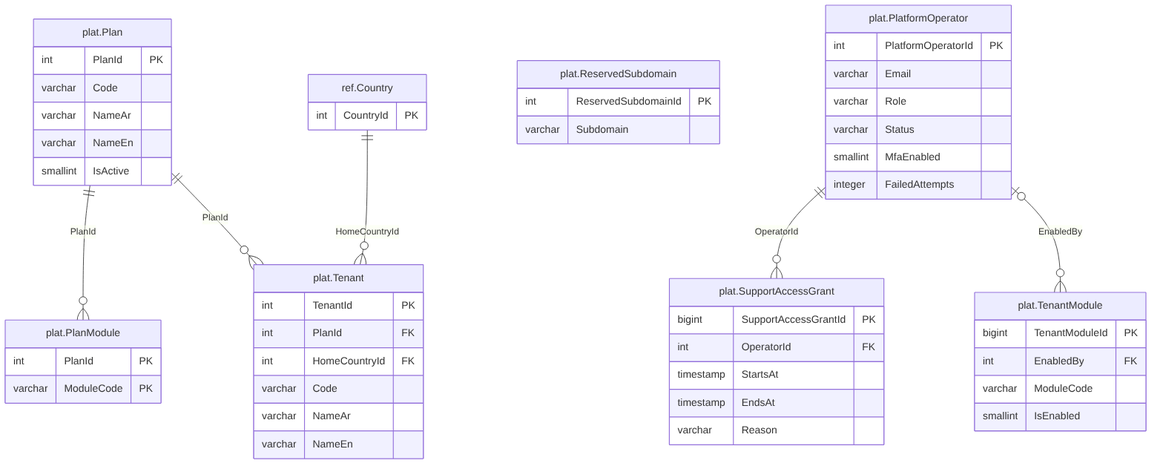
This is treasury-platform/docs/diagrams/erd/m0_tenancy.png from thawrasy/smartlines, a Mermaid export, as it was before one commit. Its source is kept beside it as treasury-platform/docs/diagrams/erd/m0_tenancy.mmd.
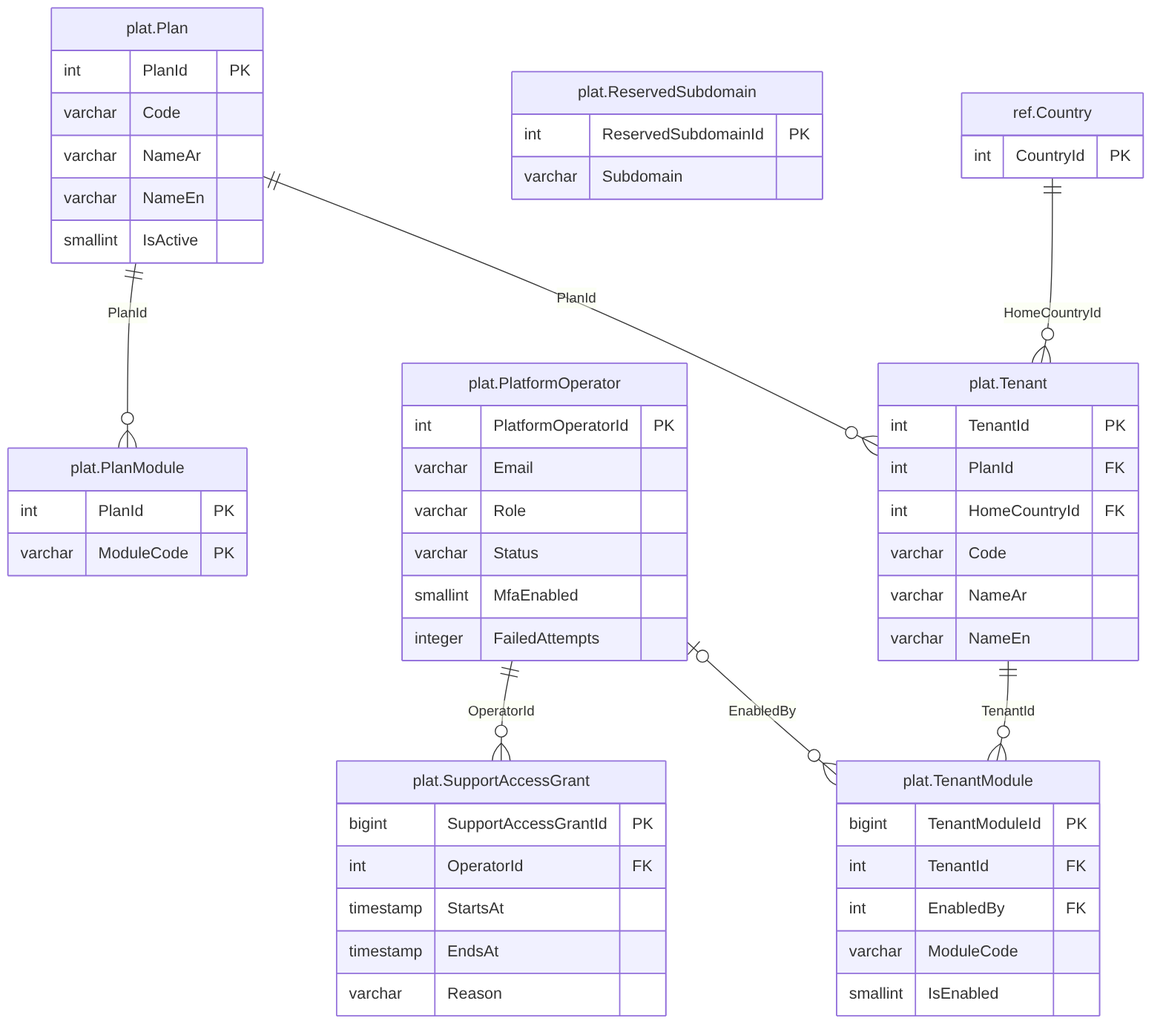
After the commit.

The edit, as a diff of the source:
```diff
@@ -39,6 +39,7 @@
   }
   plat_TenantModule["plat.TenantModule"] {
     bigint TenantModuleId PK
+    int TenantId FK
     int EnabledBy FK
     varchar ModuleCode
     smallint IsEnabled
@@ -50,4 +51,5 @@
   plat_Plan ||--o{ plat_Tenant : "PlanId"
   plat_PlatformOperator ||--o{ plat_SupportAccessGrant : "OperatorId"
   plat_PlatformOperator |o--o{ plat_TenantModule : "EnabledBy"
+  plat_Tenant ||--o{ plat_TenantModule : "TenantId"
   ref_Country ||--o{ plat_Tenant : "HomeCountryId"
```
